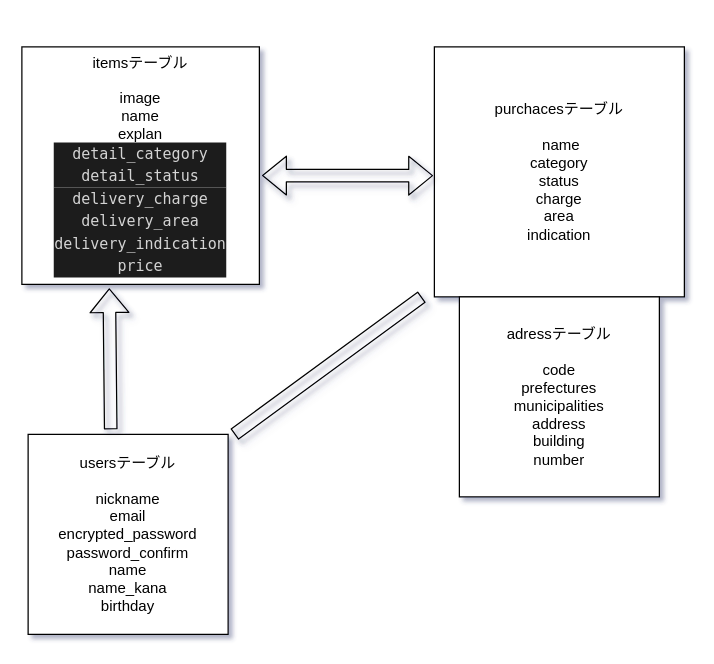
This is ER.dio from pochi13/furima-36385, a draw.io file, before an edit. Source tidied: cells renumbered, new cells numbered last; positions are measured from the earlier drawing's top-left corner, leaving out a move shared by most shapes. Both pictures are drawn from the tidied source at 125%, with x=0, y=0 at pixel (21, 46).
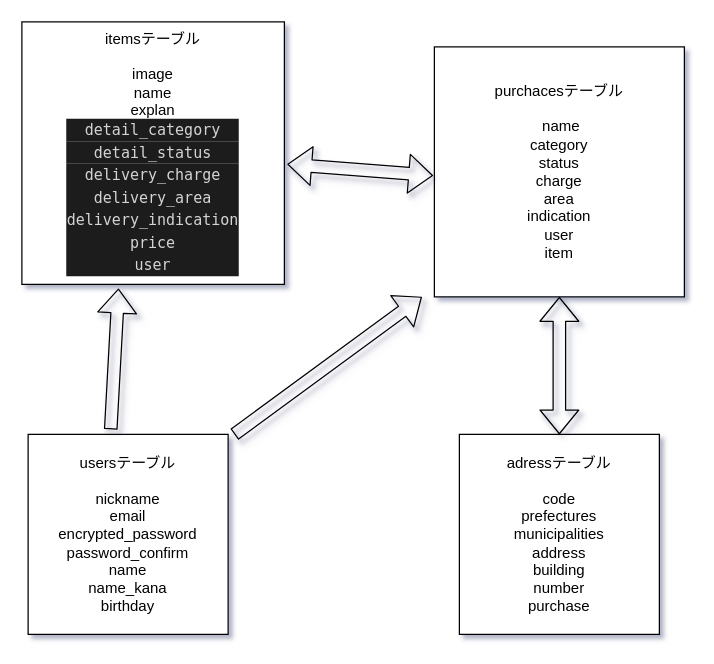
Above is the later version.

What changed in the source:
```diff
@@
 <mxGraphModel background="#ffffff" shadow="1">
   <root>
     <mxCell id="0" />
     <mxCell id="1" parent="0" />
-    <mxCell id="2" value="itemsテーブル&lt;br&gt;&lt;br&gt;image&lt;br&gt;name&lt;br&gt;explan&lt;br&gt;&lt;div style=&quot;color: rgb(212 , 212 , 212) ; background-color: rgb(30 , 30 , 30) ; font-family: &amp;#34;menlo&amp;#34; , &amp;#34;monaco&amp;#34; , &amp;#34;courier new&amp;#34; , monospace ; line-height: 18px&quot;&gt;detail_category&lt;/div&gt;&lt;div style=&quot;color: rgb(212 , 212 , 212) ; background-color: rgb(30 , 30 , 30) ; font-family: &amp;#34;menlo&amp;#34; , &amp;#34;monaco&amp;#34; , &amp;#34;courier new&amp;#34; , monospace ; line-height: 18px&quot;&gt;detail_status&lt;/div&gt;&lt;div style=&quot;color: rgb(212 , 212 , 212) ; background-color: rgb(30 , 30 , 30) ; font-family: &amp;#34;menlo&amp;#34; , &amp;#34;monaco&amp;#34; , &amp;#34;courier new&amp;#34; , monospace ; line-height: 18px&quot;&gt;&lt;div style=&quot;line-height: 18px&quot;&gt;delivery_charge&lt;/div&gt;&lt;div style=&quot;line-height: 18px&quot;&gt;&lt;div style=&quot;font-family: &amp;#34;menlo&amp;#34; , &amp;#34;monaco&amp;#34; , &amp;#34;courier new&amp;#34; , monospace ; line-height: 18px&quot;&gt;delivery_area&lt;/div&gt;&lt;div style=&quot;font-family: &amp;#34;menlo&amp;#34; , &amp;#34;monaco&amp;#34; , &amp;#34;courier new&amp;#34; , monospace ; line-height: 18px&quot;&gt;&lt;div style=&quot;line-height: 18px&quot;&gt;delivery_indication&lt;/div&gt;&lt;div style=&quot;line-height: 18px&quot;&gt;&lt;div style=&quot;line-height: 18px&quot;&gt;price&lt;/div&gt;&lt;/div&gt;&lt;/div&gt;&lt;/div&gt;&lt;/div&gt;" style="whiteSpace=wrap;html=1;" parent="1" vertex="1">
-      <mxGeometry width="190" height="190" as="geometry" />
+    <mxCell id="2" value="itemsテーブル&lt;br&gt;&lt;br&gt;image&lt;br&gt;name&lt;br&gt;explan&lt;br&gt;&lt;div style=&quot;color: rgb(212 , 212 , 212) ; background-color: rgb(30 , 30 , 30) ; font-family: &amp;#34;menlo&amp;#34; , &amp;#34;monaco&amp;#34; , &amp;#34;courier new&amp;#34; , monospace ; line-height: 18px&quot;&gt;detail_category&lt;/div&gt;&lt;div style=&quot;color: rgb(212 , 212 , 212) ; background-color: rgb(30 , 30 , 30) ; font-family: &amp;#34;menlo&amp;#34; , &amp;#34;monaco&amp;#34; , &amp;#34;courier new&amp;#34; , monospace ; line-height: 18px&quot;&gt;detail_status&lt;/div&gt;&lt;div style=&quot;color: rgb(212 , 212 , 212) ; background-color: rgb(30 , 30 , 30) ; font-family: &amp;#34;menlo&amp;#34; , &amp;#34;monaco&amp;#34; , &amp;#34;courier new&amp;#34; , monospace ; line-height: 18px&quot;&gt;&lt;div style=&quot;line-height: 18px&quot;&gt;delivery_charge&lt;/div&gt;&lt;div style=&quot;line-height: 18px&quot;&gt;&lt;div style=&quot;font-family: &amp;#34;menlo&amp;#34; , &amp;#34;monaco&amp;#34; , &amp;#34;courier new&amp;#34; , monospace ; line-height: 18px&quot;&gt;delivery_area&lt;/div&gt;&lt;div style=&quot;font-family: &amp;#34;menlo&amp;#34; , &amp;#34;monaco&amp;#34; , &amp;#34;courier new&amp;#34; , monospace ; line-height: 18px&quot;&gt;&lt;div style=&quot;line-height: 18px&quot;&gt;delivery_indication&lt;/div&gt;&lt;div style=&quot;line-height: 18px&quot;&gt;&lt;div style=&quot;line-height: 18px&quot;&gt;price&lt;/div&gt;&lt;div style=&quot;line-height: 18px&quot;&gt;user&lt;/div&gt;&lt;/div&gt;&lt;/div&gt;&lt;/div&gt;&lt;/div&gt;" style="whiteSpace=wrap;html=1;" parent="1" vertex="1">
+      <mxGeometry y="-20" width="210" height="210" as="geometry" />
     </mxCell>
     <mxCell id="3" value="usersテーブル&lt;br&gt;&lt;br&gt;nickname&lt;br&gt;email&lt;br&gt;encrypted_password&lt;br&gt;password_confirm&lt;br&gt;name&lt;br&gt;name_kana&lt;br&gt;birthday" style="whiteSpace=wrap;html=1;" parent="1" vertex="1">
       <mxGeometry x="5" y="310" width="160" height="160" as="geometry" />
     </mxCell>
-    <mxCell id="4" value="purchacesテーブル&lt;br&gt;&lt;br&gt;&amp;nbsp;name&lt;br&gt;category&lt;br&gt;status&lt;br&gt;charge&lt;br&gt;area&lt;br&gt;indication" style="whiteSpace=wrap;html=1;" parent="1" vertex="1">
+    <mxCell id="4" value="purchacesテーブル&lt;br&gt;&lt;br&gt;&amp;nbsp;name&lt;br&gt;category&lt;br&gt;status&lt;br&gt;charge&lt;br&gt;area&lt;br&gt;indication&lt;br&gt;user&lt;br&gt;item" style="whiteSpace=wrap;html=1;" parent="1" vertex="1">
       <mxGeometry x="330" width="200" height="200" as="geometry" />
     </mxCell>
-    <mxCell id="5" value="adressテーブル&lt;br&gt;&lt;br&gt;code&lt;br&gt;prefectures&lt;br&gt;municipalities&lt;br&gt;address&lt;br&gt;building&lt;br&gt;number" style="whiteSpace=wrap;html=1;" parent="1" vertex="1">
-      <mxGeometry x="350" y="200" width="160" height="160" as="geometry" />
+    <mxCell id="5" value="adressテーブル&lt;br&gt;&lt;br&gt;code&lt;br&gt;prefectures&lt;br&gt;municipalities&lt;br&gt;address&lt;br&gt;building&lt;br&gt;number&lt;br&gt;purchase" style="whiteSpace=wrap;html=1;" parent="1" vertex="1">
+      <mxGeometry x="350" y="310" width="160" height="160" as="geometry" />
     </mxCell>
     <mxCell id="6" style="shape=flexArrow;endArrow=classic;startArrow=classic;html=1;sourcePerimeterSpacing=0;width=0;endSize=5.67;entryX=-0.025;entryY=0.456;entryDx=0;entryDy=0;entryPerimeter=0;" parent="1" edge="1" target="5">
       <mxGeometry relative="1" as="geometry">
         <mxPoint x="170" y="380" as="sourcePoint" />
       </mxGeometry>
     </mxCell>
     <mxCell id="7" style="shape=flexArrow;endArrow=block;startArrow=none;html=1;sourcePerimeterSpacing=0;entryX=0.368;entryY=1.016;entryDx=0;entryDy=0;entryPerimeter=0;exitX=0.413;exitY=-0.025;exitDx=0;exitDy=0;exitPerimeter=0;elbow=vertical;shadow=1;sketch=0;endFill=0;startFill=0;" parent="1" edge="1" source="3" target="2">
       <mxGeometry relative="1" as="geometry" />
     </mxCell>
     <mxCell id="8" style="endArrow=block;startArrow=block;html=1;shadow=1;sourcePerimeterSpacing=0;exitX=1.011;exitY=0.542;exitDx=0;exitDy=0;exitPerimeter=0;shape=flexArrow;endFill=0;" parent="1" edge="1" source="2">
       <mxGeometry relative="1" as="geometry">
         <mxPoint x="329" y="103" as="targetPoint" />
       </mxGeometry>
     </mxCell>
-    <mxCell id="9" style="shape=flexArrow;endArrow=none;startArrow=none;html=1;shadow=1;sourcePerimeterSpacing=0;startFill=0;endFill=0;" parent="1" edge="1">
+    <mxCell id="9" style="shape=flexArrow;endArrow=block;startArrow=none;html=1;shadow=1;sourcePerimeterSpacing=0;startFill=0;endFill=0;" parent="1" edge="1">
       <mxGeometry relative="1" as="geometry">
         <mxPoint x="170" y="310" as="sourcePoint" />
         <mxPoint x="320" y="200" as="targetPoint" />
       </mxGeometry>
     </mxCell>
+    <mxCell id="10" style="shape=flexArrow;endArrow=classic;startArrow=classic;html=1;shadow=1;sourcePerimeterSpacing=0;entryX=0.5;entryY=1;entryDx=0;entryDy=0;exitX=0.5;exitY=0;exitDx=0;exitDy=0;" parent="1" edge="1" source="5" target="4">
+      <mxGeometry relative="1" as="geometry" />
+    </mxCell>
   </root>
 </mxGraphModel>
```
